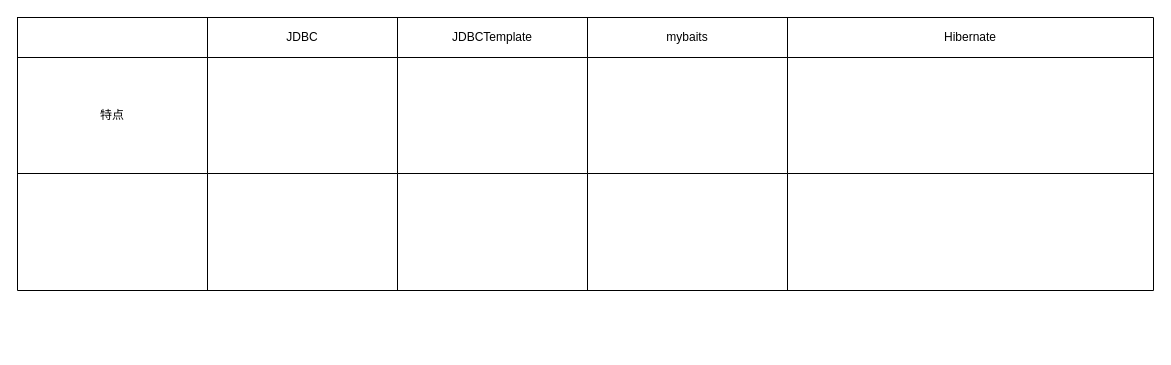
This is page "compare_all" (4 of 8) of ALL Diagram.drawio from zyazxr/AAA1Draw, a draw.io file, before an edit. Source tidied: cells renumbered, new cells numbered last; positions are measured from the earlier drawing's top-left corner, leaving out a move shared by most shapes. Both pictures are drawn from the tidied source at 100%, with x=0, y=0 at pixel (17, 17).
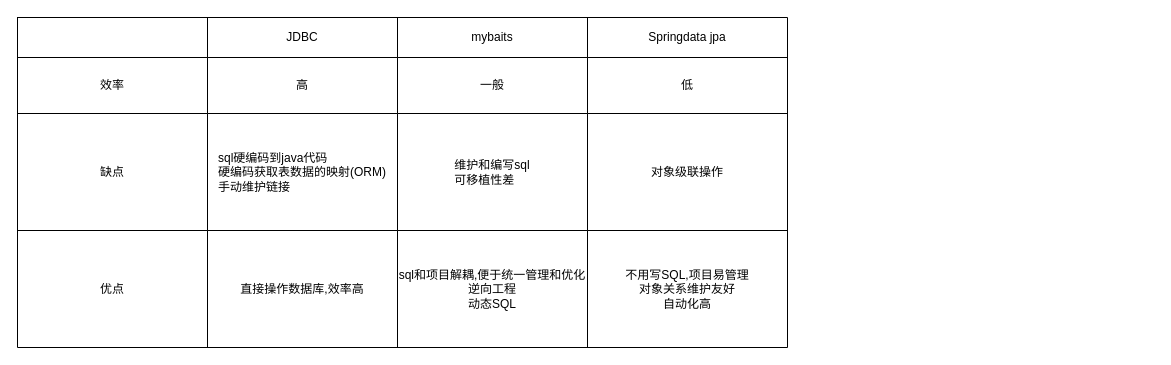
The same page after the edit.

Change to the diagram source:
```diff
@@
     <mxCell id="2" style="shape=table;html=1;whiteSpace=wrap;startSize=0;childLayout=tableLayout;" parent="1" vertex="1">
-      <mxGeometry width="1136" height="273" as="geometry" />
+      <mxGeometry width="770" height="330" as="geometry" />
     </mxCell>
     <mxCell id="3" style="shape=partialRectangle;html=1;whiteSpace=wrap;fillColor=none;top=0;left=0;bottom=0;right=0;" parent="2" vertex="1">
-      <mxGeometry width="1136" height="40" as="geometry" />
+      <mxGeometry width="770" height="40" as="geometry" />
     </mxCell>
@@
-    <mxCell id="6" value="JDBCTemplate" style="shape=partialRectangle;html=1;whiteSpace=wrap;fillColor=none;top=0;left=0;bottom=0;right=0;overflow=hidden;" parent="3" vertex="1">
+    <mxCell id="6" value="mybaits" style="shape=partialRectangle;html=1;whiteSpace=wrap;fillColor=none;top=0;left=0;bottom=0;right=0;overflow=hidden;" parent="3" vertex="1">
       <mxGeometry x="380" width="190" height="40" as="geometry" />
     </mxCell>
-    <mxCell id="7" value="&lt;span&gt;mybaits&lt;/span&gt;" style="shape=partialRectangle;html=1;whiteSpace=wrap;fillColor=none;top=0;left=0;bottom=0;right=0;overflow=hidden;" parent="3" vertex="1">
+    <mxCell id="7" value="&lt;span&gt;Springdata jpa&lt;/span&gt;" style="shape=partialRectangle;html=1;whiteSpace=wrap;fillColor=none;top=0;left=0;bottom=0;right=0;overflow=hidden;" parent="3" vertex="1">
       <mxGeometry x="570" width="200" height="40" as="geometry" />
     </mxCell>
-    <mxCell id="8" value="Hibernate" style="shape=partialRectangle;html=1;whiteSpace=wrap;fillColor=none;top=0;left=0;bottom=0;right=0;overflow=hidden;" parent="3" vertex="1">
-      <mxGeometry x="770" width="366" height="40" as="geometry" />
-    </mxCell>
-    <mxCell id="9" style="shape=partialRectangle;html=1;whiteSpace=wrap;fillColor=none;top=0;left=0;bottom=0;right=0;" parent="2" vertex="1">
-      <mxGeometry y="40" width="1136" height="116" as="geometry" />
+    <mxCell id="9" style="shape=partialRectangle;html=1;whiteSpace=wrap;fillColor=none;top=0;left=0;bottom=0;right=0;flipV=1;" parent="2" vertex="1">
+      <mxGeometry y="40" width="770" height="56" as="geometry" />
     </mxCell>
-    <mxCell id="10" value="特点" style="shape=partialRectangle;html=1;whiteSpace=wrap;fillColor=none;top=0;left=0;bottom=0;right=0;overflow=hidden;" parent="9" vertex="1">
-      <mxGeometry width="190" height="116" as="geometry" />
+    <mxCell id="10" value="效率" style="shape=partialRectangle;html=1;whiteSpace=wrap;fillColor=none;top=0;left=0;bottom=0;right=0;overflow=hidden;" parent="9" vertex="1">
+      <mxGeometry width="190" height="56" as="geometry" />
     </mxCell>
-    <mxCell id="11" style="shape=partialRectangle;html=1;whiteSpace=wrap;fillColor=none;top=0;left=0;bottom=0;right=0;overflow=hidden;" parent="9" vertex="1">
-      <mxGeometry x="190" width="190" height="116" as="geometry" />
+    <mxCell id="11" value="高" style="shape=partialRectangle;html=1;whiteSpace=wrap;fillColor=none;top=0;left=0;bottom=0;right=0;overflow=hidden;" parent="9" vertex="1">
+      <mxGeometry x="190" width="190" height="56" as="geometry" />
     </mxCell>
-    <mxCell id="12" style="shape=partialRectangle;html=1;whiteSpace=wrap;fillColor=none;top=0;left=0;bottom=0;right=0;overflow=hidden;" parent="9" vertex="1">
-      <mxGeometry x="380" width="190" height="116" as="geometry" />
+    <mxCell id="12" value="一般" style="shape=partialRectangle;html=1;whiteSpace=wrap;fillColor=none;top=0;left=0;bottom=0;right=0;overflow=hidden;" parent="9" vertex="1">
+      <mxGeometry x="380" width="190" height="56" as="geometry" />
     </mxCell>
-    <mxCell id="13" style="shape=partialRectangle;html=1;whiteSpace=wrap;fillColor=none;top=0;left=0;bottom=0;right=0;overflow=hidden;" parent="9" vertex="1">
-      <mxGeometry x="570" width="200" height="116" as="geometry" />
+    <mxCell id="13" value="低" style="shape=partialRectangle;html=1;whiteSpace=wrap;fillColor=none;top=0;left=0;bottom=0;right=0;overflow=hidden;" parent="9" vertex="1">
+      <mxGeometry x="570" width="200" height="56" as="geometry" />
     </mxCell>
-    <mxCell id="14" style="shape=partialRectangle;html=1;whiteSpace=wrap;fillColor=none;top=0;left=0;bottom=0;right=0;overflow=hidden;" parent="9" vertex="1">
-      <mxGeometry x="770" width="366" height="116" as="geometry" />
-    </mxCell>
     <mxCell id="15" style="shape=partialRectangle;html=1;whiteSpace=wrap;fillColor=none;top=0;left=0;bottom=0;right=0;" parent="2" vertex="1">
-      <mxGeometry y="156" width="1136" height="117" as="geometry" />
+      <mxGeometry y="96" width="770" height="117" as="geometry" />
     </mxCell>
-    <mxCell id="16" style="shape=partialRectangle;html=1;whiteSpace=wrap;fillColor=none;top=0;left=0;bottom=0;right=0;overflow=hidden;" parent="15" vertex="1">
+    <mxCell id="16" value="缺点" style="shape=partialRectangle;html=1;whiteSpace=wrap;fillColor=none;top=0;left=0;bottom=0;right=0;overflow=hidden;" parent="15" vertex="1">
       <mxGeometry width="190" height="117" as="geometry" />
     </mxCell>
-    <mxCell id="17" style="shape=partialRectangle;html=1;whiteSpace=wrap;fillColor=none;top=0;left=0;bottom=0;right=0;overflow=hidden;" parent="15" vertex="1">
+    <mxCell id="17" value="&lt;div style=&quot;text-align: left&quot;&gt;&lt;span&gt;sql硬编码到java代码&lt;/span&gt;&lt;/div&gt;&lt;div style=&quot;text-align: left&quot;&gt;&lt;span&gt;硬编码获取表数据的映射(ORM)&lt;br&gt;&lt;/span&gt;&lt;/div&gt;&lt;div style=&quot;text-align: left&quot;&gt;手动维护链接&lt;/div&gt;&lt;div style=&quot;text-align: justify&quot;&gt;&lt;/div&gt;" style="shape=partialRectangle;html=1;whiteSpace=wrap;fillColor=none;top=0;left=0;bottom=0;right=0;overflow=hidden;" parent="15" vertex="1">
       <mxGeometry x="190" width="190" height="117" as="geometry" />
     </mxCell>
-    <mxCell id="18" style="shape=partialRectangle;html=1;whiteSpace=wrap;fillColor=none;top=0;left=0;bottom=0;right=0;overflow=hidden;" parent="15" vertex="1">
+    <mxCell id="18" value="维护和编写sql&lt;br&gt;&lt;div style=&quot;text-align: left&quot;&gt;&lt;span&gt;可移植性差&lt;/span&gt;&lt;/div&gt;" style="shape=partialRectangle;html=1;whiteSpace=wrap;fillColor=none;top=0;left=0;bottom=0;right=0;overflow=hidden;" parent="15" vertex="1">
       <mxGeometry x="380" width="190" height="117" as="geometry" />
     </mxCell>
-    <mxCell id="19" style="shape=partialRectangle;html=1;whiteSpace=wrap;fillColor=none;top=0;left=0;bottom=0;right=0;overflow=hidden;" parent="15" vertex="1">
+    <mxCell id="19" value="对象级联操作" style="shape=partialRectangle;html=1;whiteSpace=wrap;fillColor=none;top=0;left=0;bottom=0;right=0;overflow=hidden;" parent="15" vertex="1">
       <mxGeometry x="570" width="200" height="117" as="geometry" />
     </mxCell>
-    <mxCell id="20" style="shape=partialRectangle;html=1;whiteSpace=wrap;fillColor=none;top=0;left=0;bottom=0;right=0;overflow=hidden;" parent="15" vertex="1">
-      <mxGeometry x="770" width="366" height="117" as="geometry" />
-    </mxCell>
+    <mxCell id="21" style="shape=partialRectangle;html=1;whiteSpace=wrap;fillColor=none;top=0;left=0;bottom=0;right=0;" parent="2" vertex="1">
+      <mxGeometry y="213" width="770" height="117" as="geometry" />
+    </mxCell>
+    <mxCell id="22" value="优点" style="shape=partialRectangle;html=1;whiteSpace=wrap;fillColor=none;top=0;left=0;bottom=0;right=0;overflow=hidden;" parent="21" vertex="1">
+      <mxGeometry width="190" height="117" as="geometry" />
+    </mxCell>
+    <mxCell id="23" value="直接操作数据库,效率高" style="shape=partialRectangle;html=1;whiteSpace=wrap;fillColor=none;top=0;left=0;bottom=0;right=0;overflow=hidden;" parent="21" vertex="1">
+      <mxGeometry x="190" width="190" height="117" as="geometry" />
+    </mxCell>
+    <mxCell id="24" value="sql和项目解耦,便于统一管理和优化&lt;br&gt;逆向工程&lt;br&gt;动态SQL" style="shape=partialRectangle;html=1;whiteSpace=wrap;fillColor=none;top=0;left=0;bottom=0;right=0;overflow=hidden;" parent="21" vertex="1">
+      <mxGeometry x="380" width="190" height="117" as="geometry" />
+    </mxCell>
+    <mxCell id="25" value="不用写SQL,项目易管理&lt;br&gt;对象关系维护友好&lt;br&gt;自动化高" style="shape=partialRectangle;html=1;whiteSpace=wrap;fillColor=none;top=0;left=0;bottom=0;right=0;overflow=hidden;" parent="21" vertex="1">
+      <mxGeometry x="570" width="200" height="117" as="geometry" />
+    </mxCell>
```
